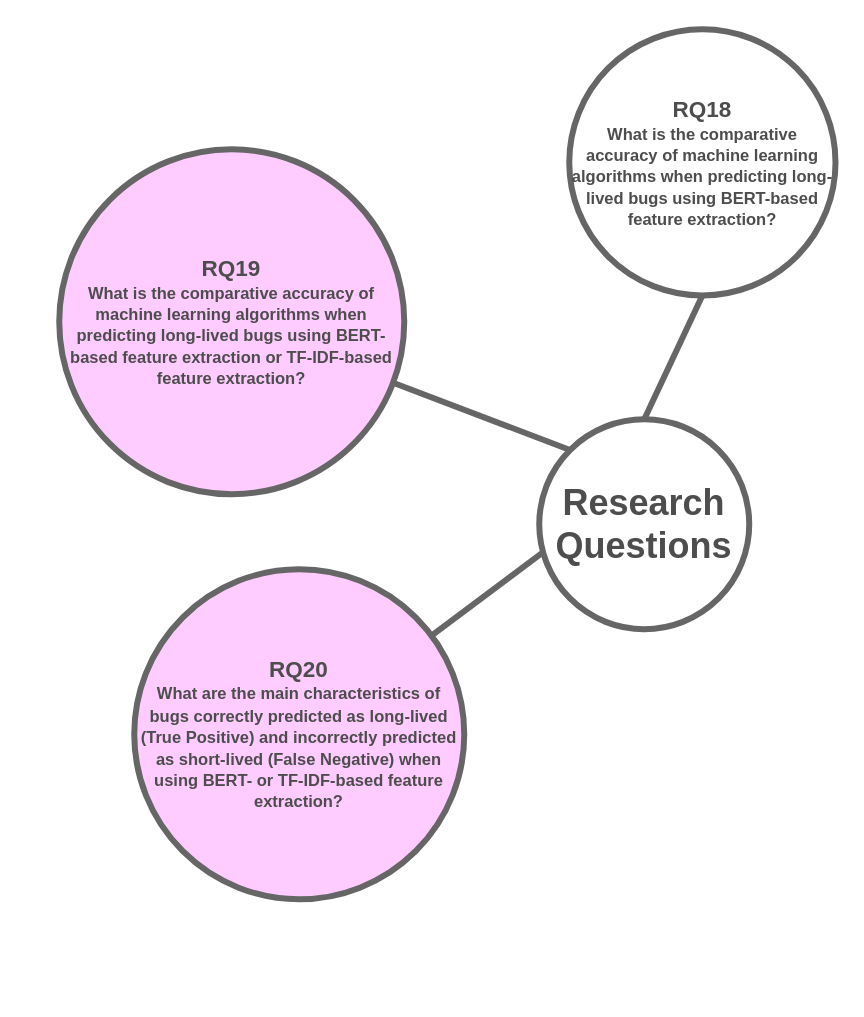
The draw.io diagram page "goal-3-rqs" (4 of 12) of figures/Presentation Figures.drawio in gomesluiz/my-doctoral-presentation, before the edit. Source tidied: cells renumbered, new cells numbered last; positions are measured from the earlier drawing's top-left corner, leaving out a move shared by most shapes. Both pictures are drawn from the tidied source at 150%, with x=0, y=0 at pixel (58, 28).
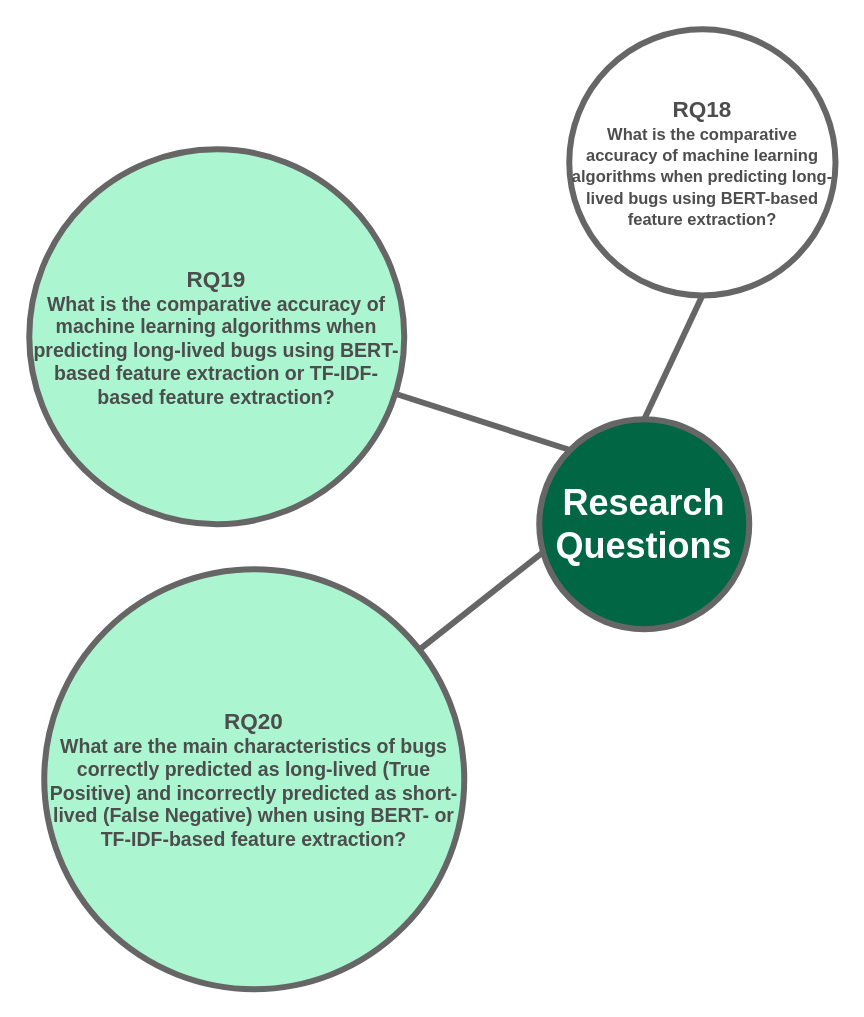
After the change.

What changed in the source:
```diff
@@
 <mxGraphModel>
   <root>
     <mxCell id="0" />
     <mxCell id="1" parent="0" />
-    <mxCell id="2" value="&lt;font color=&quot;#4d4d4d&quot; style=&quot;font-size: 24px&quot;&gt;&lt;b&gt;Research&lt;br&gt;Questions&lt;/b&gt;&lt;/font&gt;" style="ellipse;whiteSpace=wrap;html=1;strokeWidth=4;strokeColor=#666666;" parent="1" vertex="1">
+    <mxCell id="2" value="&lt;font style=&quot;font-size: 24px&quot;&gt;&lt;b&gt;Research&lt;br&gt;Questions&lt;/b&gt;&lt;/font&gt;" style="ellipse;whiteSpace=wrap;html=1;strokeWidth=4;strokeColor=#666666;fillColor=#006644;fontColor=#FFFFFF;" parent="1" vertex="1">
       <mxGeometry x="320" y="260" width="140" height="140" as="geometry" />
     </mxCell>
     <mxCell id="3" style="rounded=0;jettySize=auto;html=1;entryX=0;entryY=0;entryDx=0;entryDy=0;endArrow=none;endFill=0;strokeWidth=4;strokeColor=#666666;" parent="1" edge="1" source="4" target="2">
       <mxGeometry relative="1" as="geometry" />
     </mxCell>
-    <mxCell id="4" value="&lt;font color=&quot;#4d4d4d&quot; style=&quot;font-size: 11px&quot;&gt;&lt;b&gt;&lt;span style=&quot;font-size: 15px&quot;&gt;RQ19&lt;br&gt;&lt;/span&gt;&lt;/b&gt;&lt;/font&gt;&lt;font color=&quot;#4d4d4d&quot;&gt;&lt;span style=&quot;font-size: 11px&quot;&gt;&lt;b&gt;What is the comparative accuracy of machine learning algorithms when predicting long-lived bugs using BERT-based feature extraction or TF-IDF-based feature extraction?&lt;/b&gt;&lt;/span&gt;&lt;/font&gt;" style="ellipse;whiteSpace=wrap;html=1;strokeWidth=4;fillColor=#FFCCFF;strokeColor=#666666;" parent="1" vertex="1">
-      <mxGeometry y="80" width="230" height="230" as="geometry" />
+    <mxCell id="4" value="&lt;font color=&quot;#4d4d4d&quot; style=&quot;font-size: 11px&quot;&gt;&lt;b&gt;&lt;span style=&quot;font-size: 15px&quot;&gt;RQ19&lt;br&gt;&lt;/span&gt;&lt;/b&gt;&lt;/font&gt;&lt;font color=&quot;#4d4d4d&quot; size=&quot;1&quot;&gt;&lt;b style=&quot;font-size: 13px&quot;&gt;What is the comparative accuracy of machine learning algorithms when predicting long-lived bugs using BERT-based feature extraction or TF-IDF-based feature extraction?&lt;/b&gt;&lt;/font&gt;" style="ellipse;whiteSpace=wrap;html=1;strokeWidth=4;strokeColor=#666666;fillColor=#ABF5D1;" parent="1" vertex="1">
+      <mxGeometry x="-20" y="80" width="250" height="250" as="geometry" />
     </mxCell>
     <mxCell id="5" style="edgeStyle=none;rounded=0;jettySize=auto;html=1;entryX=0.014;entryY=0.636;entryDx=0;entryDy=0;endArrow=none;endFill=0;strokeWidth=4;entryPerimeter=0;strokeColor=#666666;" parent="1" edge="1" source="6" target="2">
       <mxGeometry relative="1" as="geometry" />
     </mxCell>
-    <mxCell id="6" value="&lt;font color=&quot;#4d4d4d&quot; style=&quot;font-size: 11px&quot;&gt;&lt;b&gt;&lt;span style=&quot;font-size: 15px&quot;&gt;RQ20&lt;/span&gt;&lt;font style=&quot;font-size: 11px&quot;&gt;&lt;br&gt;&lt;/font&gt;&lt;/b&gt;&lt;/font&gt;&lt;font color=&quot;#4d4d4d&quot;&gt;&lt;span style=&quot;font-size: 11px&quot;&gt;&lt;b&gt;What are the main characteristics of bugs correctly predicted as long-lived (True Positive) and incorrectly predicted as short-lived (False Negative) when using BERT- or TF-IDF-based feature extraction?&lt;/b&gt;&lt;/span&gt;&lt;/font&gt;" style="ellipse;whiteSpace=wrap;html=1;strokeWidth=4;strokeColor=#666666;fillColor=#FFCCFF;" parent="1" vertex="1">
-      <mxGeometry x="50" y="360" width="220" height="220" as="geometry" />
+    <mxCell id="6" value="&lt;font color=&quot;#4d4d4d&quot; style=&quot;font-size: 11px&quot;&gt;&lt;b&gt;&lt;span style=&quot;font-size: 15px&quot;&gt;RQ20&lt;/span&gt;&lt;font style=&quot;font-size: 11px&quot;&gt;&lt;br&gt;&lt;/font&gt;&lt;/b&gt;&lt;/font&gt;&lt;font color=&quot;#4d4d4d&quot; size=&quot;1&quot;&gt;&lt;b style=&quot;font-size: 13px&quot;&gt;What are the main characteristics of bugs correctly predicted as long-lived (True Positive) and incorrectly predicted as short-lived (False Negative) when using BERT- or TF-IDF-based feature extraction?&lt;/b&gt;&lt;/font&gt;" style="ellipse;whiteSpace=wrap;html=1;strokeWidth=4;strokeColor=#666666;fillColor=#ABF5D1;" parent="1" vertex="1">
+      <mxGeometry x="-10" y="360" width="280" height="280" as="geometry" />
     </mxCell>
     <mxCell id="7" style="edgeStyle=none;rounded=0;jettySize=auto;html=1;entryX=0.5;entryY=0;entryDx=0;entryDy=0;endArrow=none;endFill=0;strokeWidth=4;exitX=0.5;exitY=1;exitDx=0;exitDy=0;strokeColor=#666666;" parent="1" edge="1" source="8" target="2">
       <mxGeometry relative="1" as="geometry" />
     </mxCell>
     <mxCell id="8" value="&lt;font color=&quot;#4d4d4d&quot; style=&quot;font-size: 11px&quot;&gt;&lt;b&gt;&lt;span style=&quot;font-size: 15px&quot;&gt;RQ18&lt;br&gt;&lt;/span&gt;&lt;/b&gt;&lt;/font&gt;&lt;font color=&quot;#4d4d4d&quot;&gt;&lt;span style=&quot;font-size: 11px&quot;&gt;&lt;b&gt;What is the comparative accuracy of machine learning algorithms when predicting long-lived bugs using BERT-based feature extraction?&lt;/b&gt;&lt;/span&gt;&lt;/font&gt;" style="ellipse;whiteSpace=wrap;html=1;strokeWidth=4;strokeColor=#666666;fillColor=#FFFFFF;" parent="1" vertex="1">
       <mxGeometry x="340" width="177.5" height="177.5" as="geometry" />
     </mxCell>
   </root>
 </mxGraphModel>
```
